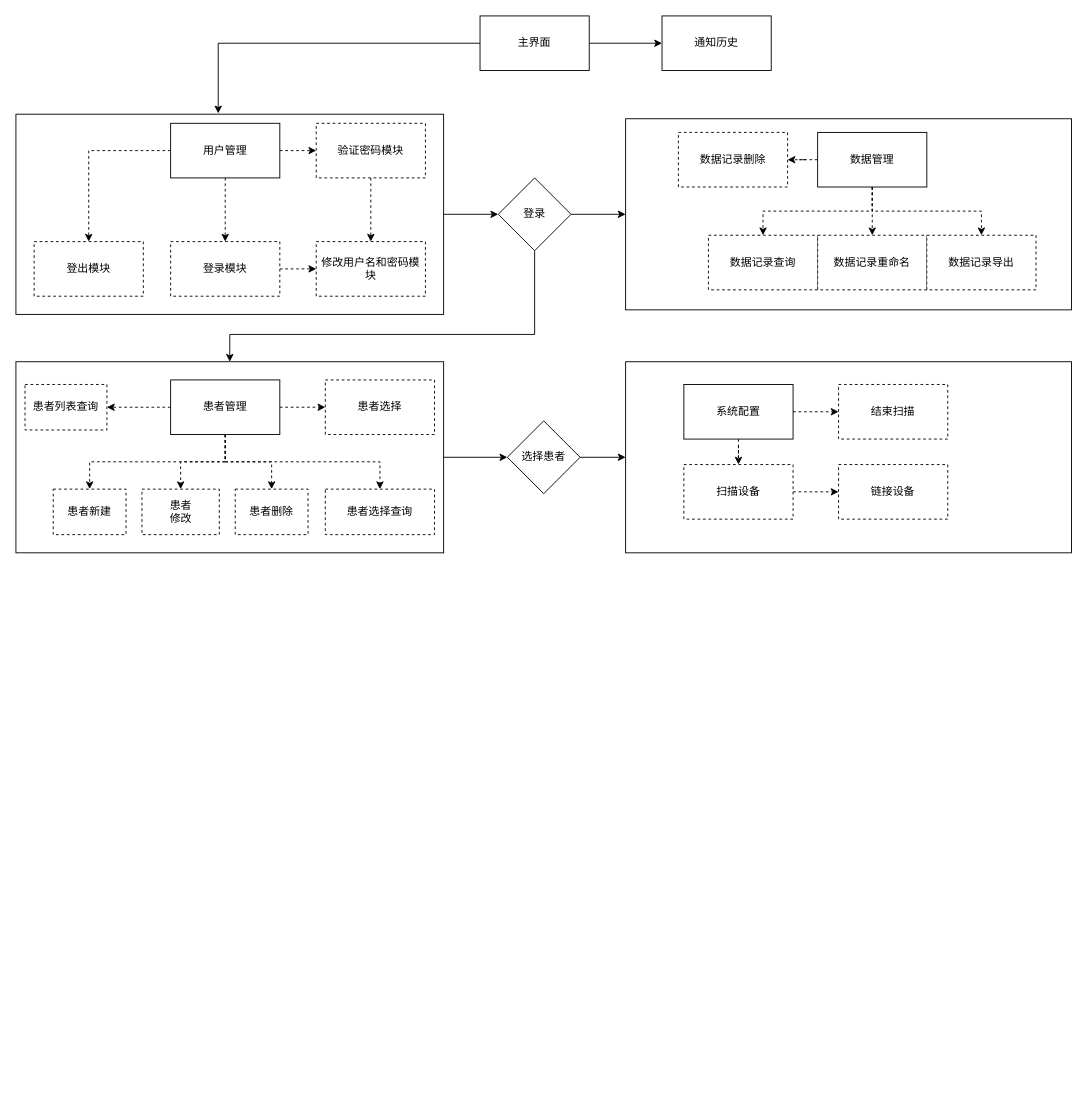
This is 详细设计-后端-模结构示意图.drawio from yz360307/draw, a draw.io file, before an edit. Source tidied: cells renumbered, new cells numbered last; positions are measured from the earlier drawing's top-left corner, leaving out a move shared by most shapes. Both pictures are drawn from the tidied source at 91%, with x=0, y=0 at pixel (15, 15).
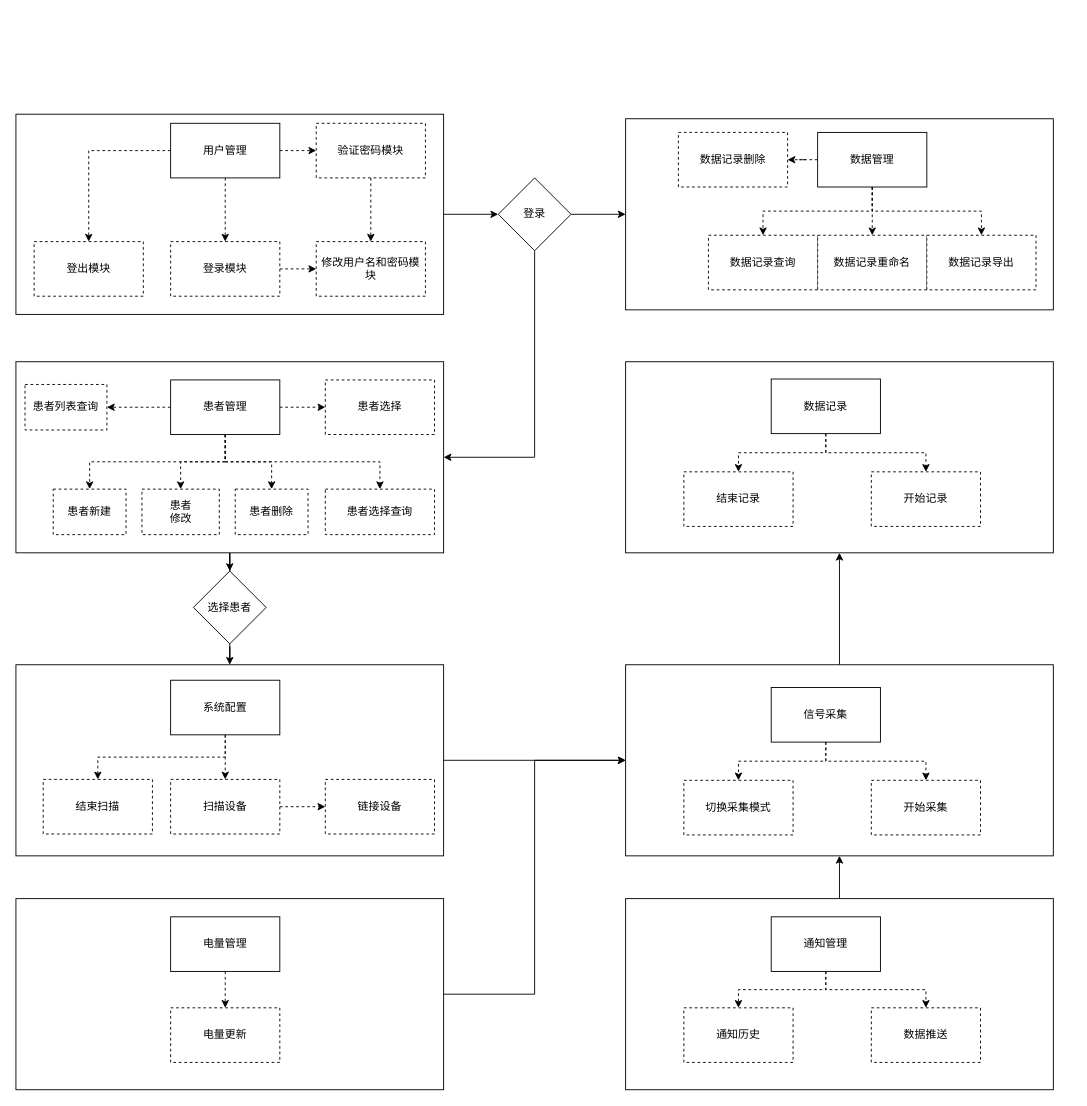
After the change.

Commit message (it also covers changes not shown here):
更新详细设计-后端-模结构示意图.drawio

The change refers to these unchanged cells:
```xml
<mxCell id="5" style="whiteSpace=wrap;html=1;rounded=0;" parent="1" vertex="1">
  <mxGeometry y="380" width="470" height="210" as="geometry" />
</mxCell>
<mxCell id="7" style="rounded=0;whiteSpace=wrap;html=1;" parent="1" vertex="1">
  <mxGeometry y="108" width="470" height="220" as="geometry" />
</mxCell>
<mxCell id="42" value="登录" style="rhombus;whiteSpace=wrap;html=1;rounded=0;" parent="1" vertex="1">
  <mxGeometry x="530" y="178" width="80" height="80" as="geometry" />
</mxCell>
```

The edit, as a diff of the source:
```diff
@@
+    <mxCell id="56" style="edgeStyle=orthogonalEdgeStyle;rounded=0;jettySize=auto;html=1;" parent="1" edge="1" source="2" target="58">
+      <mxGeometry relative="1" as="geometry" />
+    </mxCell>
     <mxCell id="2" style="rounded=0;whiteSpace=wrap;html=1;" parent="1" vertex="1">
-      <mxGeometry x="670" y="380" width="490" height="210" as="geometry" />
+      <mxGeometry y="713" width="470" height="210" as="geometry" />
     </mxCell>
     <mxCell id="3" style="whiteSpace=wrap;html=1;rounded=0;" parent="1" vertex="1">
-      <mxGeometry x="670" y="113" width="490" height="210" as="geometry" />
+      <mxGeometry x="670" y="113" width="470" height="210" as="geometry" />
     </mxCell>
@@
-    <mxCell id="8" style="edgeStyle=orthogonalEdgeStyle;rounded=0;jettySize=auto;html=1;entryX=0.473;entryY=-0.004;entryDx=0;entryDy=0;entryPerimeter=0;" parent="1" edge="1" source="10" target="7">
-      <mxGeometry relative="1" as="geometry" />
-    </mxCell>
-    <mxCell id="9" style="edgeStyle=orthogonalEdgeStyle;rounded=0;jettySize=auto;html=1;" parent="1" edge="1" source="10" target="45">
-      <mxGeometry relative="1" as="geometry" />
-    </mxCell>
-    <mxCell id="10" value="主界面" style="rounded=0;html=1;whiteSpace=wrap;" parent="1" vertex="1">
-      <mxGeometry x="510" width="120" height="60" as="geometry" />
-    </mxCell>
@@
-    <mxCell id="41" style="edgeStyle=orthogonalEdgeStyle;rounded=0;jettySize=auto;html=1;entryX=0.5;entryY=0;entryDx=0;entryDy=0;exitX=0.5;exitY=1;exitDx=0;exitDy=0;" parent="1" edge="1" source="42" target="5">
-      <mxGeometry relative="1" as="geometry">
-        <Array as="points">
-          <mxPoint x="570" y="350" />
-          <mxPoint x="235" y="350" />
-        </Array>
-      </mxGeometry>
+    <mxCell id="41" style="edgeStyle=orthogonalEdgeStyle;rounded=0;jettySize=auto;html=1;entryX=1;entryY=0.5;entryDx=0;entryDy=0;exitX=0.5;exitY=1;exitDx=0;exitDy=0;" parent="1" edge="1" source="42" target="5">
+      <mxGeometry relative="1" as="geometry" />
     </mxCell>
@@
     <mxCell id="44" value="选择患者" style="rhombus;whiteSpace=wrap;html=1;rounded=0;" parent="1" vertex="1">
-      <mxGeometry x="540" y="445" width="80" height="80" as="geometry" />
+      <mxGeometry x="195" y="610" width="80" height="80" as="geometry" />
     </mxCell>
-    <mxCell id="45" value="通知历史" style="whiteSpace=wrap;html=1;rounded=0;" parent="1" vertex="1">
-      <mxGeometry x="710" width="120" height="60" as="geometry" />
-    </mxCell>
@@
-    <mxCell id="49" style="edgeStyle=orthogonalEdgeStyle;rounded=0;jettySize=auto;html=1;exitX=1;exitY=0.5;exitDx=0;exitDy=0;entryX=0;entryY=0.5;entryDx=0;entryDy=0;dashed=1;" parent="1" edge="1" source="51" target="54">
+    <mxCell id="49" style="edgeStyle=orthogonalEdgeStyle;rounded=0;jettySize=auto;html=1;exitX=0.5;exitY=1;exitDx=0;exitDy=0;entryX=0.5;entryY=0;entryDx=0;entryDy=0;dashed=1;" parent="1" edge="1" source="51" target="54">
       <mxGeometry relative="1" as="geometry" />
     </mxCell>
@@
     <mxCell id="51" value="系统配置" style="rounded=0;whiteSpace=wrap;html=1;" parent="1" vertex="1">
-      <mxGeometry x="734" y="405" width="120" height="60" as="geometry" />
+      <mxGeometry x="170" y="730" width="120" height="60" as="geometry" />
     </mxCell>
@@
     <mxCell id="53" value="扫描设备" style="rounded=0;whiteSpace=wrap;html=1;dashed=1;" parent="1" vertex="1">
-      <mxGeometry x="734" y="493" width="120" height="60" as="geometry" />
+      <mxGeometry x="170" y="839" width="120" height="60" as="geometry" />
     </mxCell>
     <mxCell id="54" value="结束扫描" style="rounded=0;whiteSpace=wrap;html=1;dashed=1;" parent="1" vertex="1">
-      <mxGeometry x="904" y="405" width="120" height="60" as="geometry" />
+      <mxGeometry x="30" y="839" width="120" height="60" as="geometry" />
     </mxCell>
     <mxCell id="55" value="链接设备" style="whiteSpace=wrap;html=1;rounded=0;dashed=1;" parent="1" vertex="1">
-      <mxGeometry x="904" y="493" width="120" height="60" as="geometry" />
+      <mxGeometry x="340" y="839" width="120" height="60" as="geometry" />
     </mxCell>
+    <mxCell id="57" style="edgeStyle=orthogonalEdgeStyle;rounded=0;jettySize=auto;html=1;exitX=0.5;exitY=0;exitDx=0;exitDy=0;" parent="1" edge="1" source="58" target="64">
+      <mxGeometry relative="1" as="geometry" />
+    </mxCell>
+    <mxCell id="58" style="rounded=0;whiteSpace=wrap;html=1;" parent="1" vertex="1">
+      <mxGeometry x="670" y="713" width="470" height="210" as="geometry" />
+    </mxCell>
+    <mxCell id="59" style="edgeStyle=orthogonalEdgeStyle;rounded=0;jettySize=auto;html=1;exitX=0.5;exitY=1;exitDx=0;exitDy=0;entryX=0.5;entryY=0;entryDx=0;entryDy=0;dashed=1;" parent="1" edge="1" source="61" target="63">
+      <mxGeometry relative="1" as="geometry" />
+    </mxCell>
+    <mxCell id="60" style="edgeStyle=orthogonalEdgeStyle;rounded=0;jettySize=auto;html=1;entryX=0.5;entryY=0;entryDx=0;entryDy=0;dashed=1;" parent="1" edge="1" source="61" target="62">
+      <mxGeometry relative="1" as="geometry" />
+    </mxCell>
+    <mxCell id="61" value="信号采集" style="rounded=0;whiteSpace=wrap;html=1;" parent="1" vertex="1">
+      <mxGeometry x="830" y="738" width="120" height="60" as="geometry" />
+    </mxCell>
+    <mxCell id="62" value="切换采集模式" style="rounded=0;whiteSpace=wrap;html=1;dashed=1;" parent="1" vertex="1">
+      <mxGeometry x="734" y="840" width="120" height="60" as="geometry" />
+    </mxCell>
+    <mxCell id="63" value="开始采集" style="rounded=0;whiteSpace=wrap;html=1;dashed=1;" parent="1" vertex="1">
+      <mxGeometry x="940" y="840" width="120" height="60" as="geometry" />
+    </mxCell>
+    <mxCell id="64" style="rounded=0;whiteSpace=wrap;html=1;" parent="1" vertex="1">
+      <mxGeometry x="670" y="380" width="470" height="210" as="geometry" />
+    </mxCell>
+    <mxCell id="65" style="edgeStyle=orthogonalEdgeStyle;rounded=0;jettySize=auto;html=1;exitX=0.5;exitY=1;exitDx=0;exitDy=0;entryX=0.5;entryY=0;entryDx=0;entryDy=0;dashed=1;" parent="1" edge="1" source="67" target="69">
+      <mxGeometry relative="1" as="geometry" />
+    </mxCell>
+    <mxCell id="66" style="edgeStyle=orthogonalEdgeStyle;rounded=0;jettySize=auto;html=1;entryX=0.5;entryY=0;entryDx=0;entryDy=0;dashed=1;" parent="1" edge="1" source="67" target="68">
+      <mxGeometry relative="1" as="geometry" />
+    </mxCell>
+    <mxCell id="67" value="数据记录" style="rounded=0;whiteSpace=wrap;html=1;" parent="1" vertex="1">
+      <mxGeometry x="830" y="399" width="120" height="60" as="geometry" />
+    </mxCell>
+    <mxCell id="68" value="结束记录" style="rounded=0;whiteSpace=wrap;html=1;dashed=1;" parent="1" vertex="1">
+      <mxGeometry x="734" y="501" width="120" height="60" as="geometry" />
+    </mxCell>
+    <mxCell id="69" value="开始记录" style="rounded=0;whiteSpace=wrap;html=1;dashed=1;" parent="1" vertex="1">
+      <mxGeometry x="940" y="501" width="120" height="60" as="geometry" />
+    </mxCell>
+    <mxCell id="70" style="edgeStyle=orthogonalEdgeStyle;rounded=0;jettySize=auto;html=1;entryX=0;entryY=0.5;entryDx=0;entryDy=0;" parent="1" edge="1" source="71" target="58">
+      <mxGeometry relative="1" as="geometry" />
+    </mxCell>
+    <mxCell id="71" style="rounded=0;whiteSpace=wrap;html=1;" parent="1" vertex="1">
+      <mxGeometry y="970" width="470" height="210" as="geometry" />
+    </mxCell>
+    <mxCell id="72" style="edgeStyle=orthogonalEdgeStyle;rounded=0;jettySize=auto;html=1;entryX=0.5;entryY=0;entryDx=0;entryDy=0;dashed=1;" parent="1" edge="1" source="73" target="74">
+      <mxGeometry relative="1" as="geometry" />
+    </mxCell>
+    <mxCell id="73" value="电量管理" style="rounded=0;whiteSpace=wrap;html=1;" parent="1" vertex="1">
+      <mxGeometry x="170" y="990" width="120" height="60" as="geometry" />
+    </mxCell>
+    <mxCell id="74" value="电量更新" style="rounded=0;whiteSpace=wrap;html=1;dashed=1;" parent="1" vertex="1">
+      <mxGeometry x="170" y="1090" width="120" height="60" as="geometry" />
+    </mxCell>
+    <mxCell id="75" style="edgeStyle=orthogonalEdgeStyle;rounded=0;jettySize=auto;html=1;entryX=0.5;entryY=1;entryDx=0;entryDy=0;" parent="1" edge="1" source="76" target="58">
+      <mxGeometry relative="1" as="geometry" />
+    </mxCell>
+    <mxCell id="76" style="rounded=0;whiteSpace=wrap;html=1;" parent="1" vertex="1">
+      <mxGeometry x="670" y="970" width="470" height="210" as="geometry" />
+    </mxCell>
+    <mxCell id="77" style="edgeStyle=orthogonalEdgeStyle;rounded=0;jettySize=auto;html=1;exitX=0.5;exitY=1;exitDx=0;exitDy=0;entryX=0.5;entryY=0;entryDx=0;entryDy=0;dashed=1;" parent="1" edge="1" source="79" target="80">
+      <mxGeometry relative="1" as="geometry" />
+    </mxCell>
+    <mxCell id="78" style="edgeStyle=orthogonalEdgeStyle;rounded=0;jettySize=auto;html=1;dashed=1;" parent="1" edge="1" source="79" target="45">
+      <mxGeometry relative="1" as="geometry" />
+    </mxCell>
+    <mxCell id="79" value="通知管理" style="rounded=0;whiteSpace=wrap;html=1;" parent="1" vertex="1">
+      <mxGeometry x="830" y="990" width="120" height="60" as="geometry" />
+    </mxCell>
+    <mxCell id="80" value="数据推送" style="rounded=0;whiteSpace=wrap;html=1;dashed=1;" parent="1" vertex="1">
+      <mxGeometry x="940" y="1090" width="120" height="60" as="geometry" />
+    </mxCell>
+    <mxCell id="45" value="通知历史" style="rounded=0;whiteSpace=wrap;html=1;dashed=1;" parent="1" vertex="1">
+      <mxGeometry x="734" y="1090" width="120" height="60" as="geometry" />
+    </mxCell>
```
